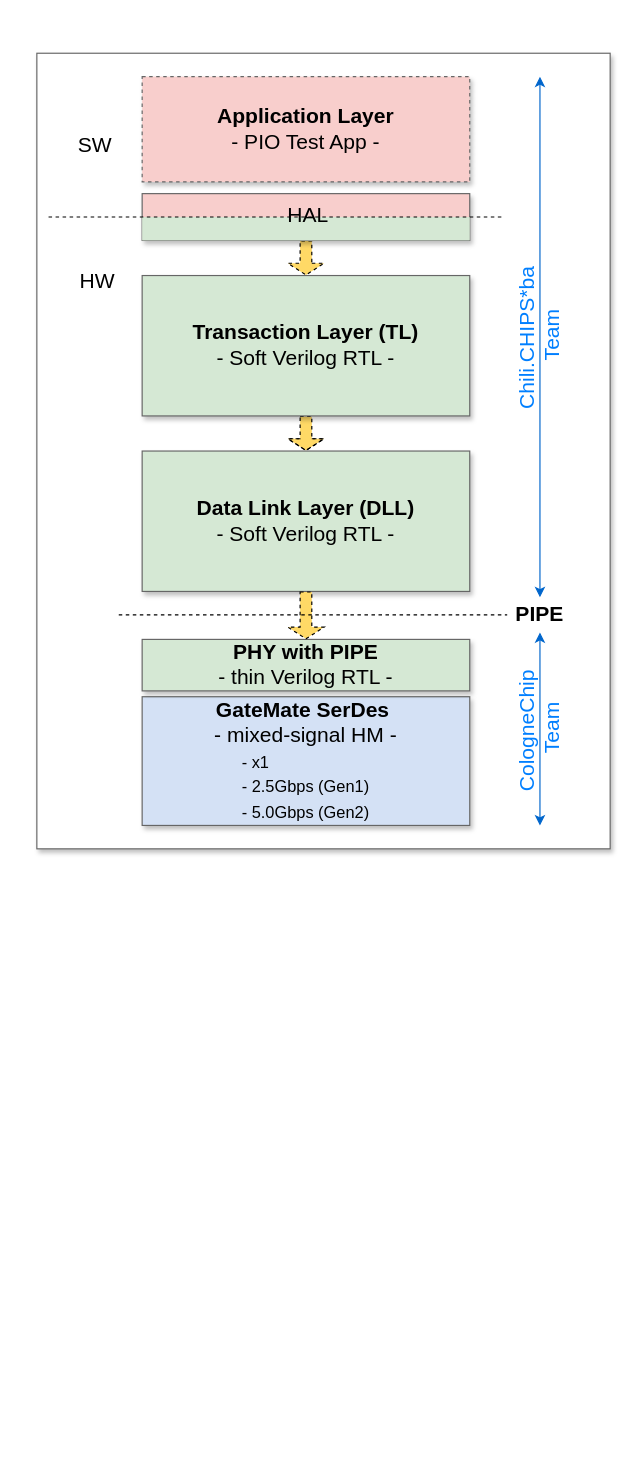
Earlier version of the draw.io diagram 0.doc/diagrams/pcie-ep-top.drawio (mfkiwl/openCologne-PCIE). Source tidied: cells renumbered, new cells numbered last; positions are measured from the earlier drawing's top-left corner, leaving out a move shared by most shapes. Both pictures are drawn from the tidied source at 117%, with x=0, y=0 at pixel (36, 53).
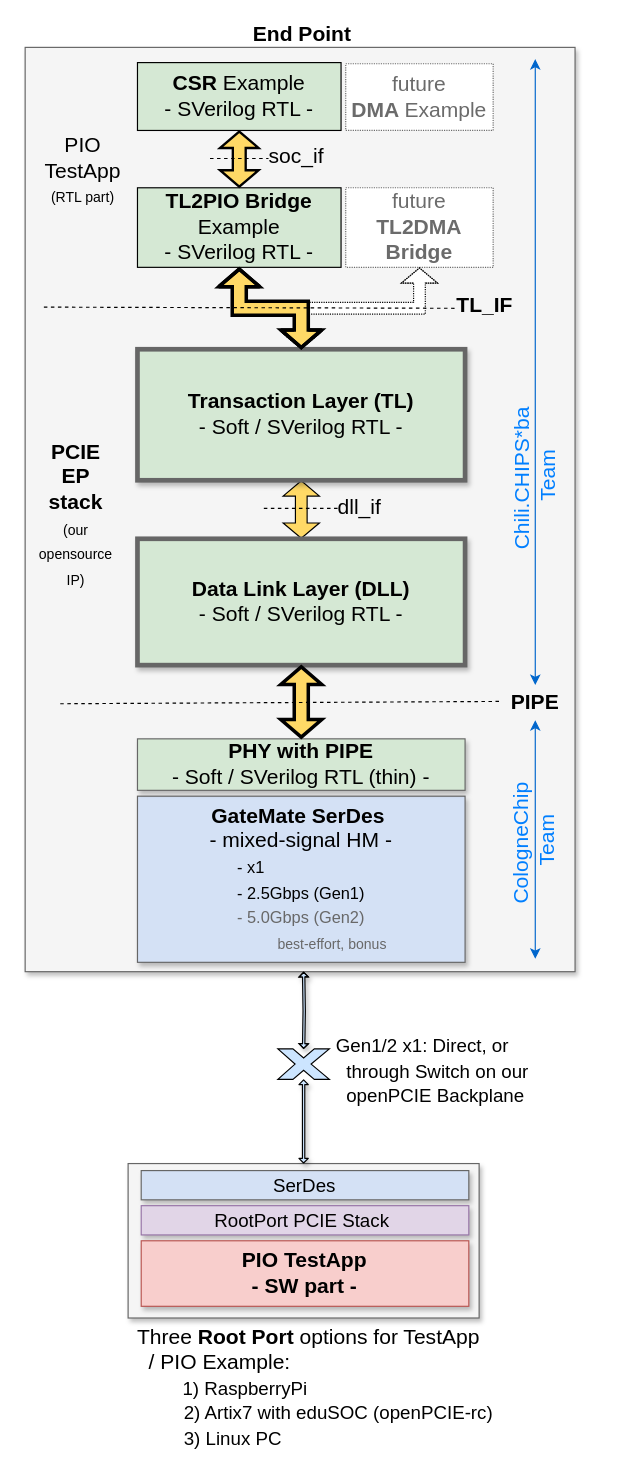
The same diagram, later.

Commit message (it also covers changes not shown here):
update Top-level block diagram

What changed in the source:
```diff
@@
+    <mxCell id="33" style="whiteSpace=wrap;html=1;shadow=1;fontSize=18;fillColor=#f5f5f5;strokeColor=#666666;fontColor=#333333;" parent="1" vertex="1">
+      <mxGeometry x="78" y="949" width="300" height="132" as="geometry" />
+    </mxCell>
-    <mxCell id="2" style="whiteSpace=wrap;html=1;shadow=1;fontSize=18;fillColor=#FFFFFF;strokeColor=#666666;" parent="1" vertex="1">
-      <mxGeometry width="490" height="680" as="geometry" />
+    <mxCell id="2" style="whiteSpace=wrap;html=1;shadow=1;fontSize=18;fillColor=#f5f5f5;strokeColor=#666666;fontColor=#333333;" parent="1" vertex="1">
+      <mxGeometry x="-10" y="-5" width="470" height="790" as="geometry" />
     </mxCell>
@@
-    <mxCell id="13" value="HW" style="text;html=1;align=center;verticalAlign=middle;whiteSpace=wrap;rounded=0;fontSize=18;" parent="1" vertex="1">
-      <mxGeometry x="27" y="180" width="50" height="30" as="geometry" />
+    <mxCell id="13" value="&lt;b&gt;PCIE&lt;/b&gt;&lt;div&gt;&lt;b&gt;EP stack&lt;/b&gt;&lt;/div&gt;&lt;div&gt;&lt;span style=&quot;font-size: 12px; background-color: transparent; color: light-dark(rgb(0, 0, 0), rgb(255, 255, 255));&quot;&gt;(our opensource IP)&lt;/span&gt;&lt;/div&gt;" style="text;html=1;align=center;verticalAlign=middle;whiteSpace=wrap;rounded=0;fontSize=18;" parent="1" vertex="1">
+      <mxGeometry x="2" y="325" width="63" height="140" as="geometry" />
     </mxCell>
-    <mxCell id="14" value="&lt;b&gt;Application Layer&lt;/b&gt;&lt;div&gt;- PIO Test App -&lt;/div&gt;" style="whiteSpace=wrap;html=1;shadow=1;fontSize=18;fillColor=#F8CECC;strokeColor=#666666;rotation=0;dashed=1;" parent="1" vertex="1">
-      <mxGeometry x="90" y="20" width="280" height="90" as="geometry" />
-    </mxCell>
-    <mxCell id="15" value="SW" style="text;html=1;align=center;verticalAlign=middle;whiteSpace=wrap;rounded=0;fontSize=18;" parent="1" vertex="1">
-      <mxGeometry x="30" y="64" width="40" height="30" as="geometry" />
-    </mxCell>
-    <mxCell id="16" style="edgeStyle=orthogonalEdgeStyle;rounded=0;jettySize=auto;html=1;exitX=0.5;exitY=0;exitDx=0;exitDy=0;entryX=0.5;entryY=1;entryDx=0;entryDy=0;startArrow=classic;startFill=1;endArrow=none;endFill=0;dashed=1;shape=flexArrow;endSize=3;startSize=3;fillColor=#FFD966;" parent="1" edge="1" source="19" target="21">
-      <mxGeometry relative="1" as="geometry" />
-    </mxCell>
-    <mxCell id="17" style="edgeStyle=orthogonalEdgeStyle;rounded=0;jettySize=auto;html=1;exitX=0.5;exitY=1;exitDx=0;exitDy=0;dashed=1;shape=flexArrow;endSize=3;startSize=3;fillColor=#FFD966;" parent="1" edge="1" source="19" target="24">
+    <mxCell id="17" style="edgeStyle=orthogonalEdgeStyle;rounded=0;jettySize=auto;html=1;exitX=0.5;exitY=1;exitDx=0;exitDy=0;shape=flexArrow;endSize=4;startSize=4;fillColor=#FFD966;startArrow=block;" parent="1" edge="1" source="19" target="24">
       <mxGeometry relative="1" as="geometry" />
     </mxCell>
-    <mxCell id="18" style="whiteSpace=wrap;html=1;shadow=1;fontSize=18;fillColor=#F8CECC;strokeColor=#666666;" parent="1" vertex="1">
-      <mxGeometry x="90" y="120" width="280" height="40" as="geometry" />
-    </mxCell>
-    <mxCell id="19" value="&lt;b&gt;Transaction Layer (TL)&lt;/b&gt;&lt;br&gt;- Soft Verilog RTL -" style="whiteSpace=wrap;html=1;shadow=1;fontSize=18;fillColor=#D5E8D4;strokeColor=#666666;" parent="1" vertex="1">
-      <mxGeometry x="90" y="190" width="280" height="120" as="geometry" />
+    <mxCell id="19" value="&lt;b&gt;Transaction Layer (TL)&lt;/b&gt;&lt;br&gt;- Soft / SVerilog RTL -" style="whiteSpace=wrap;html=1;shadow=1;fontSize=18;fillColor=#D5E8D4;strokeColor=#666666;strokeWidth=4;" parent="1" vertex="1">
+      <mxGeometry x="86" y="253" width="280" height="112" as="geometry" />
     </mxCell>
-    <mxCell id="20" value="&lt;div style=&quot;&quot;&gt;&lt;span style=&quot;background-color: transparent; color: light-dark(rgb(0, 0, 0), rgb(255, 255, 255));&quot;&gt;&lt;b&gt;GateMate SerDes&amp;nbsp;&lt;/b&gt;&lt;br&gt;- mixed-signal HM -&lt;/span&gt;&lt;/div&gt;&lt;div&gt;&lt;font style=&quot;font-size: 14px;&quot;&gt;- x1&amp;nbsp; &amp;nbsp; &amp;nbsp; &amp;nbsp; &amp;nbsp; &amp;nbsp; &amp;nbsp; &amp;nbsp; &amp;nbsp; &amp;nbsp; &amp;nbsp;&amp;nbsp;&lt;br&gt;- 2.5Gbps (Gen1)&lt;/font&gt;&lt;/div&gt;&lt;div&gt;&lt;font style=&quot;font-size: 14px;&quot;&gt;- 5.0Gbps (Gen2)&lt;/font&gt;&lt;/div&gt;" style="whiteSpace=wrap;html=1;shadow=1;fontSize=18;fillColor=#D4E1F5;strokeColor=#666666;align=center;" parent="1" vertex="1">
-      <mxGeometry x="90" y="550" width="280" height="110" as="geometry" />
+    <mxCell id="20" value="&lt;div style=&quot;&quot;&gt;&lt;span style=&quot;background-color: transparent; color: light-dark(rgb(0, 0, 0), rgb(255, 255, 255));&quot;&gt;&lt;b&gt;GateMate SerDes&amp;nbsp;&lt;/b&gt;&lt;br&gt;- mixed-signal HM -&lt;/span&gt;&lt;/div&gt;&lt;div&gt;&lt;font style=&quot;font-size: 14px;&quot;&gt;- x1&amp;nbsp; &amp;nbsp; &amp;nbsp; &amp;nbsp; &amp;nbsp; &amp;nbsp; &amp;nbsp; &amp;nbsp; &amp;nbsp; &amp;nbsp; &amp;nbsp;&amp;nbsp;&lt;br&gt;- 2.5Gbps (Gen1)&lt;/font&gt;&lt;/div&gt;&lt;div&gt;&lt;font style=&quot;font-size: 14px; color: rgb(104, 104, 104);&quot;&gt;- 5.0Gbps (Gen2)&lt;/font&gt;&lt;/div&gt;&lt;div&gt;&lt;font style=&quot;color: rgb(104, 104, 104);&quot;&gt;&lt;font style=&quot;font-size: 14px;&quot;&gt;&amp;nbsp; &amp;nbsp; &amp;nbsp; &amp;nbsp; &amp;nbsp; &amp;nbsp; &lt;/font&gt;&lt;font style=&quot;font-size: 12px;&quot;&gt;&amp;nbsp; best-effort, bonus&lt;/font&gt;&lt;/font&gt;&lt;/div&gt;" style="whiteSpace=wrap;html=1;shadow=1;fontSize=18;fillColor=#D4E1F5;strokeColor=#666666;align=center;" parent="1" vertex="1">
+      <mxGeometry x="86" y="635" width="280" height="142" as="geometry" />
     </mxCell>
-    <mxCell id="21" style="whiteSpace=wrap;html=1;shadow=0;fontSize=18;fillColor=#D5E8D4;strokeColor=none;" parent="1" vertex="1">
-      <mxGeometry x="90" y="140" width="280" height="20" as="geometry" />
+    <mxCell id="21" value="&lt;b&gt;TL2PIO Bridge&lt;/b&gt; Example&lt;br&gt;- SVerilog RTL -" style="whiteSpace=wrap;html=1;shadow=0;fontSize=18;fillColor=#D5E8D4;strokeColor=default;" parent="1" vertex="1">
+      <mxGeometry x="86" y="115" width="174" height="68" as="geometry" />
     </mxCell>
-    <mxCell id="22" value="HAL" style="text;html=1;align=center;verticalAlign=middle;whiteSpace=wrap;rounded=0;fontSize=18;" parent="1" vertex="1">
-      <mxGeometry x="197" y="124" width="70" height="30" as="geometry" />
-    </mxCell>
-    <mxCell id="23" style="endArrow=none;dashed=1;html=1;rounded=0;" parent="1" edge="1">
-      <mxGeometry relative="1" as="geometry">
-        <mxPoint x="10" y="140" as="sourcePoint" />
-        <mxPoint x="398" y="140" as="targetPoint" />
-      </mxGeometry>
-    </mxCell>
-    <mxCell id="24" value="&lt;b&gt;Data Link Layer (DLL)&lt;/b&gt;&lt;br&gt;- Soft Verilog RTL -" style="whiteSpace=wrap;html=1;shadow=1;fontSize=18;fillColor=#D5E8D4;strokeColor=#666666;" parent="1" vertex="1">
-      <mxGeometry x="90" y="340" width="280" height="120" as="geometry" />
+    <mxCell id="24" value="&lt;b&gt;Data Link Layer (DLL)&lt;/b&gt;&lt;br&gt;- Soft / SVerilog RTL -" style="whiteSpace=wrap;html=1;shadow=1;fontSize=18;fillColor=#D5E8D4;strokeColor=#666666;strokeWidth=4;" parent="1" vertex="1">
+      <mxGeometry x="86" y="415" width="280" height="108" as="geometry" />
     </mxCell>
-    <mxCell id="25" value="&lt;b&gt;PHY with PIPE&lt;/b&gt;&lt;br&gt;- thin Verilog RTL -" style="whiteSpace=wrap;html=1;shadow=1;fontSize=18;fillColor=#D5E8D4;strokeColor=#666666;" parent="1" vertex="1">
-      <mxGeometry x="90" y="501" width="280" height="44" as="geometry" />
+    <mxCell id="25" value="&lt;b&gt;PHY with PIPE&lt;/b&gt;&lt;br&gt;- Soft / SVerilog RTL (thin) -" style="whiteSpace=wrap;html=1;shadow=1;fontSize=18;fillColor=#D5E8D4;strokeColor=#666666;" parent="1" vertex="1">
+      <mxGeometry x="86" y="586" width="280" height="44" as="geometry" />
     </mxCell>
-    <mxCell id="26" style="edgeStyle=orthogonalEdgeStyle;rounded=0;jettySize=auto;html=1;exitX=0.5;exitY=1;exitDx=0;exitDy=0;dashed=1;shape=flexArrow;endSize=3;startSize=3;fillColor=#FFD966;entryX=0.5;entryY=0;entryDx=0;entryDy=0;" parent="1" edge="1" source="24" target="25">
+    <mxCell id="26" style="edgeStyle=orthogonalEdgeStyle;rounded=0;jettySize=auto;html=1;exitX=0.5;exitY=1;exitDx=0;exitDy=0;shape=flexArrow;endSize=4;startSize=4;fillColor=#FFD966;entryX=0.5;entryY=0;entryDx=0;entryDy=0;startArrow=block;strokeWidth=3;" parent="1" edge="1" source="24" target="25">
       <mxGeometry relative="1" as="geometry" />
     </mxCell>
     <mxCell id="27" style="endArrow=none;dashed=1;html=1;rounded=0;" parent="1" edge="1">
       <mxGeometry relative="1" as="geometry">
-        <mxPoint x="70" y="480" as="sourcePoint" />
-        <mxPoint x="402" y="480" as="targetPoint" />
+        <mxPoint x="20" y="556" as="sourcePoint" />
+        <mxPoint x="398" y="554" as="targetPoint" />
       </mxGeometry>
     </mxCell>
     <mxCell id="28" value="&lt;b&gt;PIPE&lt;/b&gt;" style="text;html=1;align=center;verticalAlign=middle;whiteSpace=wrap;rounded=0;fontSize=18;" parent="1" vertex="1">
-      <mxGeometry x="405" y="465" width="50" height="30" as="geometry" />
+      <mxGeometry x="401" y="540" width="50" height="30" as="geometry" />
     </mxCell>
     <mxCell id="29" value="CologneChip&amp;nbsp;&lt;div&gt;Team&lt;/div&gt;" style="text;html=1;align=center;verticalAlign=middle;whiteSpace=wrap;rounded=0;fontSize=18;rotation=-90;fontColor=#007FFF;" parent="1" vertex="1">
-      <mxGeometry x="373.2" y="552.8" width="113" height="47.5" as="geometry" />
+      <mxGeometry x="368.2" y="648.8" width="113" height="47.5" as="geometry" />
     </mxCell>
     <mxCell id="30" style="endArrow=classic;html=1;rounded=0;exitX=0.5;exitY=1;exitDx=0;exitDy=0;startArrow=classic;startFill=1;endFill=1;strokeColor=#0066CC;fontColor=#007FFF;" parent="1" edge="1" source="28">
       <mxGeometry relative="1" as="geometry">
-        <mxPoint x="430" y="660" as="targetPoint" />
+        <mxPoint x="426" y="774" as="targetPoint" />
       </mxGeometry>
     </mxCell>
     <mxCell id="31" value="Chili.CHIPS*ba&amp;nbsp;&lt;div&gt;Team&lt;/div&gt;" style="text;html=1;align=center;verticalAlign=middle;whiteSpace=wrap;rounded=0;fontSize=18;rotation=-90;fontColor=#007FFF;" parent="1" vertex="1">
-      <mxGeometry x="347" y="216" width="166" height="50" as="geometry" />
+      <mxGeometry x="343" y="336" width="166" height="50" as="geometry" />
     </mxCell>
-    <mxCell id="32" style="endArrow=classic;html=1;rounded=0;startArrow=classic;startFill=1;endFill=1;strokeColor=#0066CC;fontColor=#007FFF;" parent="1" edge="1">
+    <mxCell id="32" style="endArrow=classic;html=1;rounded=0;startArrow=classic;startFill=1;endFill=1;strokeColor=#0066CC;fontColor=#007FFF;entryX=0.5;entryY=0;entryDx=0;entryDy=0;" parent="1" edge="1" target="28">
       <mxGeometry relative="1" as="geometry">
-        <mxPoint x="430" y="20" as="sourcePoint" />
-        <mxPoint x="430" y="465" as="targetPoint" />
+        <mxPoint x="426" y="5" as="sourcePoint" />
       </mxGeometry>
     </mxCell>
+    <mxCell id="34" value="&lt;b&gt;TL_IF&lt;/b&gt;" style="text;html=1;align=center;verticalAlign=middle;whiteSpace=wrap;rounded=0;fontSize=18;" parent="1" vertex="1">
+      <mxGeometry x="358.2" y="201" width="50" height="30" as="geometry" />
+    </mxCell>
+    <mxCell id="35" value="PIO&lt;div&gt;TestApp&lt;/div&gt;&lt;div&gt;&lt;div&gt;&lt;font style=&quot;font-size: 12px;&quot;&gt;(RTL part)&lt;/font&gt;&lt;/div&gt;&lt;/div&gt;" style="text;html=1;align=center;verticalAlign=middle;whiteSpace=wrap;rounded=0;fontSize=18;" parent="1" vertex="1">
+      <mxGeometry x="8" y="46" width="63" height="110" as="geometry" />
+    </mxCell>
+    <mxCell id="36" style="edgeStyle=orthogonalEdgeStyle;rounded=0;jettySize=auto;html=1;exitX=0.5;exitY=0;exitDx=0;exitDy=0;startArrow=classic;startFill=1;endArrow=block;endFill=0;shape=flexArrow;endSize=4;startSize=4;fillColor=#FFD966;entryX=0.5;entryY=1;entryDx=0;entryDy=0;strokeWidth=2;" parent="1" edge="1" source="21" target="37">
+      <mxGeometry relative="1" as="geometry" />
+    </mxCell>
+    <mxCell id="37" value="&lt;b&gt;CSR&lt;/b&gt;&amp;nbsp;Example&lt;br&gt;- SVerilog RTL -" style="whiteSpace=wrap;html=1;shadow=0;fontSize=18;fillColor=#D5E8D4;strokeColor=default;" parent="1" vertex="1">
+      <mxGeometry x="86" y="8" width="174" height="58" as="geometry" />
+    </mxCell>
+    <mxCell id="38" style="endArrow=none;dashed=1;html=1;rounded=0;" parent="1" edge="1">
+      <mxGeometry relative="1" as="geometry">
+        <mxPoint x="148" y="90" as="sourcePoint" />
+        <mxPoint x="198" y="90" as="targetPoint" />
+      </mxGeometry>
+    </mxCell>
+    <mxCell id="39" value="soc_if" style="text;html=1;align=center;verticalAlign=middle;whiteSpace=wrap;rounded=0;fontSize=18;" parent="1" vertex="1">
+      <mxGeometry x="192" y="73" width="60" height="30" as="geometry" />
+    </mxCell>
+    <mxCell id="40" style="endArrow=none;dashed=1;html=1;rounded=0;" parent="1" edge="1">
+      <mxGeometry relative="1" as="geometry">
+        <mxPoint x="194" y="389" as="sourcePoint" />
+        <mxPoint x="258" y="389" as="targetPoint" />
+      </mxGeometry>
+    </mxCell>
+    <mxCell id="41" value="dll_if" style="text;html=1;align=center;verticalAlign=middle;whiteSpace=wrap;rounded=0;fontSize=18;" parent="1" vertex="1">
+      <mxGeometry x="246" y="373" width="60" height="30" as="geometry" />
+    </mxCell>
+    <mxCell id="42" value="&lt;b&gt;End Point&lt;/b&gt;" style="text;html=1;align=center;verticalAlign=middle;whiteSpace=wrap;rounded=0;fontSize=18;" parent="1" vertex="1">
+      <mxGeometry x="172" y="-28" width="110" height="23" as="geometry" />
+    </mxCell>
+    <mxCell id="43" style="edgeStyle=orthogonalEdgeStyle;rounded=1;jettySize=auto;html=1;exitX=0.5;exitY=1;exitDx=0;exitDy=0;shape=flexArrow;endSize=1;startSize=1;fillColor=#CCE5FF;entryX=0.5;entryY=0;entryDx=0;entryDy=0;startArrow=block;shadow=1;width=2;startWidth=5;endWidth=5;spacing=1;" parent="1" edge="1" source="53" target="33">
+      <mxGeometry relative="1" as="geometry" />
+    </mxCell>
+    <mxCell id="44" value="&lt;font style=&quot;color: rgb(107, 107, 107);&quot;&gt;future&lt;/font&gt;&lt;div&gt;&lt;b&gt;&lt;font style=&quot;color: rgb(107, 107, 107);&quot;&gt;TL2DMA Bridge&lt;/font&gt;&lt;/b&gt;&lt;/div&gt;" style="whiteSpace=wrap;html=1;shadow=0;fontSize=18;fillColor=#FFFFFF;strokeColor=#6B6B6B;dashed=1;dashPattern=1 1;" parent="1" vertex="1">
+      <mxGeometry x="264" y="115" width="126" height="68" as="geometry" />
+    </mxCell>
+    <mxCell id="45" style="edgeStyle=orthogonalEdgeStyle;rounded=0;jettySize=auto;html=1;startArrow=classic;startFill=1;endArrow=block;endFill=0;shape=flexArrow;endSize=4;startSize=4;fillColor=#FFFFFF;strokeWidth=1;exitX=0.5;exitY=0;exitDx=0;exitDy=0;dashed=1;dashPattern=1 1;" parent="1" edge="1" source="19" target="44">
+      <mxGeometry relative="1" as="geometry" />
+    </mxCell>
+    <mxCell id="16" style="edgeStyle=orthogonalEdgeStyle;rounded=0;jettySize=auto;html=1;exitX=0.5;exitY=0;exitDx=0;exitDy=0;entryX=0.5;entryY=1;entryDx=0;entryDy=0;startArrow=classic;startFill=1;endArrow=block;endFill=0;shape=flexArrow;endSize=4;startSize=4;fillColor=#FFD966;strokeWidth=3;" parent="1" edge="1" source="19" target="21">
+      <mxGeometry relative="1" as="geometry" />
+    </mxCell>
+    <mxCell id="46" value="&lt;font style=&quot;color: rgb(107, 107, 107);&quot;&gt;future&lt;/font&gt;&lt;div&gt;&lt;font style=&quot;color: rgb(107, 107, 107);&quot;&gt;&lt;b&gt;DMA &lt;/b&gt;Example&lt;/font&gt;&lt;/div&gt;" style="whiteSpace=wrap;html=1;shadow=0;fontSize=18;fillColor=#FFFFFF;strokeColor=#6B6B6B;dashed=1;dashPattern=1 1;" parent="1" vertex="1">
+      <mxGeometry x="264" y="9" width="126" height="57" as="geometry" />
+    </mxCell>
+    <mxCell id="23" style="endArrow=none;dashed=1;html=1;rounded=0;entryX=0;entryY=0.5;entryDx=0;entryDy=0;" parent="1" edge="1">
+      <mxGeometry relative="1" as="geometry">
+        <mxPoint x="6" y="217" as="sourcePoint" />
+        <mxPoint x="358.2" y="218" as="targetPoint" />
+      </mxGeometry>
+    </mxCell>
+    <mxCell id="47" value="&lt;div style=&quot;&quot;&gt;&lt;span style=&quot;background-color: transparent; color: light-dark(rgb(0, 0, 0), rgb(255, 255, 255));&quot;&gt;&lt;font style=&quot;font-size: 16px;&quot;&gt;SerDes&lt;/font&gt;&lt;br&gt;&lt;/span&gt;&lt;/div&gt;" style="whiteSpace=wrap;html=1;shadow=1;fontSize=18;fillColor=#D4E1F5;strokeColor=#666666;align=center;" parent="1" vertex="1">
+      <mxGeometry x="89.2" y="955" width="280" height="25" as="geometry" />
+    </mxCell>
+    <mxCell id="48" value="&lt;div style=&quot;&quot;&gt;&lt;span style=&quot;background-color: transparent; color: light-dark(rgb(0, 0, 0), rgb(255, 255, 255));&quot;&gt;&lt;font style=&quot;font-size: 16px;&quot;&gt;RootPort PCIE Stack&amp;nbsp;&lt;/font&gt;&lt;br&gt;&lt;/span&gt;&lt;/div&gt;" style="whiteSpace=wrap;html=1;shadow=1;fontSize=18;fillColor=#e1d5e7;strokeColor=#9673a6;align=center;" parent="1" vertex="1">
+      <mxGeometry x="89.2" y="985" width="280" height="25" as="geometry" />
+    </mxCell>
+    <mxCell id="49" value="&lt;div style=&quot;&quot;&gt;&lt;span style=&quot;background-color: transparent; color: light-dark(rgb(0, 0, 0), rgb(255, 255, 255));&quot;&gt;&lt;font&gt;&lt;b style=&quot;&quot;&gt;PIO TestApp&lt;/b&gt;&lt;/font&gt;&lt;/span&gt;&lt;/div&gt;&lt;div style=&quot;&quot;&gt;&lt;span style=&quot;background-color: transparent; color: light-dark(rgb(0, 0, 0), rgb(255, 255, 255));&quot;&gt;&lt;font&gt;&lt;b style=&quot;&quot;&gt;- SW part -&lt;/b&gt;&lt;/font&gt;&lt;br&gt;&lt;/span&gt;&lt;/div&gt;" style="whiteSpace=wrap;html=1;shadow=1;fontSize=18;fillColor=#f8cecc;strokeColor=#b85450;align=center;" parent="1" vertex="1">
+      <mxGeometry x="89.2" y="1015" width="280" height="56" as="geometry" />
+    </mxCell>
+    <mxCell id="50" value="Three&lt;b&gt; Root Port&lt;/b&gt; options for TestApp&lt;div&gt;&amp;nbsp; / PIO Example:&lt;br&gt;&amp;nbsp; &amp;nbsp; &amp;nbsp;&amp;nbsp;&lt;font style=&quot;font-size: 16px;&quot;&gt;&amp;nbsp; 1)&amp;nbsp;&lt;font style=&quot;&quot;&gt;RaspberryPi&lt;/font&gt;&lt;/font&gt;&lt;div style=&quot;&quot;&gt;&lt;font style=&quot;font-size: 16px;&quot;&gt;&amp;nbsp; &amp;nbsp; &amp;nbsp; &amp;nbsp; &amp;nbsp;2) Artix7 with eduSOC (openPCIE-rc)&lt;/font&gt;&lt;/div&gt;&lt;div style=&quot;&quot;&gt;&lt;font style=&quot;font-size: 16px;&quot;&gt;&amp;nbsp; &amp;nbsp; &amp;nbsp; &amp;nbsp; &amp;nbsp;3) Linux PC&lt;/font&gt;&lt;/div&gt;&lt;/div&gt;" style="text;html=1;align=left;verticalAlign=middle;whiteSpace=wrap;rounded=0;fontSize=18;" parent="1" vertex="1">
+      <mxGeometry x="84" y="1086" width="310" height="110" as="geometry" />
+    </mxCell>
+    <mxCell id="51" value="&lt;font style=&quot;font-size: 16px;&quot;&gt;Gen1/2 x1: D&lt;span style=&quot;background-color: transparent; color: light-dark(rgb(0, 0, 0), rgb(255, 255, 255));&quot;&gt;irect, or&lt;/span&gt;&lt;/font&gt;&lt;div&gt;&lt;span style=&quot;background-color: transparent; color: light-dark(rgb(0, 0, 0), rgb(255, 255, 255));&quot;&gt;&lt;font style=&quot;font-size: 16px;&quot;&gt;&amp;nbsp; through Switch on our&lt;br&gt;&amp;nbsp; openPCIE Backplane&lt;/font&gt;&lt;/span&gt;&lt;/div&gt;" style="text;html=1;align=left;verticalAlign=middle;whiteSpace=wrap;rounded=0;fontSize=18;" parent="1" vertex="1">
+      <mxGeometry x="254" y="845" width="188" height="50" as="geometry" />
+    </mxCell>
+    <mxCell id="52" style="edgeStyle=orthogonalEdgeStyle;rounded=1;jettySize=auto;html=1;shape=flexArrow;endSize=1;startSize=1;fillColor=#CCE5FF;entryX=0.5;entryY=0;entryDx=0;entryDy=0;startArrow=block;shadow=1;width=2;startWidth=5;endWidth=5;spacing=1;" parent="1" edge="1" target="53">
+      <mxGeometry relative="1" as="geometry">
+        <mxPoint x="228" y="785" as="sourcePoint" />
+      </mxGeometry>
+    </mxCell>
+    <mxCell id="53" style="verticalLabelPosition=bottom;verticalAlign=top;html=1;shape=mxgraph.basic.x;spacing=1;fillColor=#CCE5FF;" parent="1" vertex="1">
+      <mxGeometry x="206" y="851" width="44" height="26" as="geometry" />
+    </mxCell>
```
